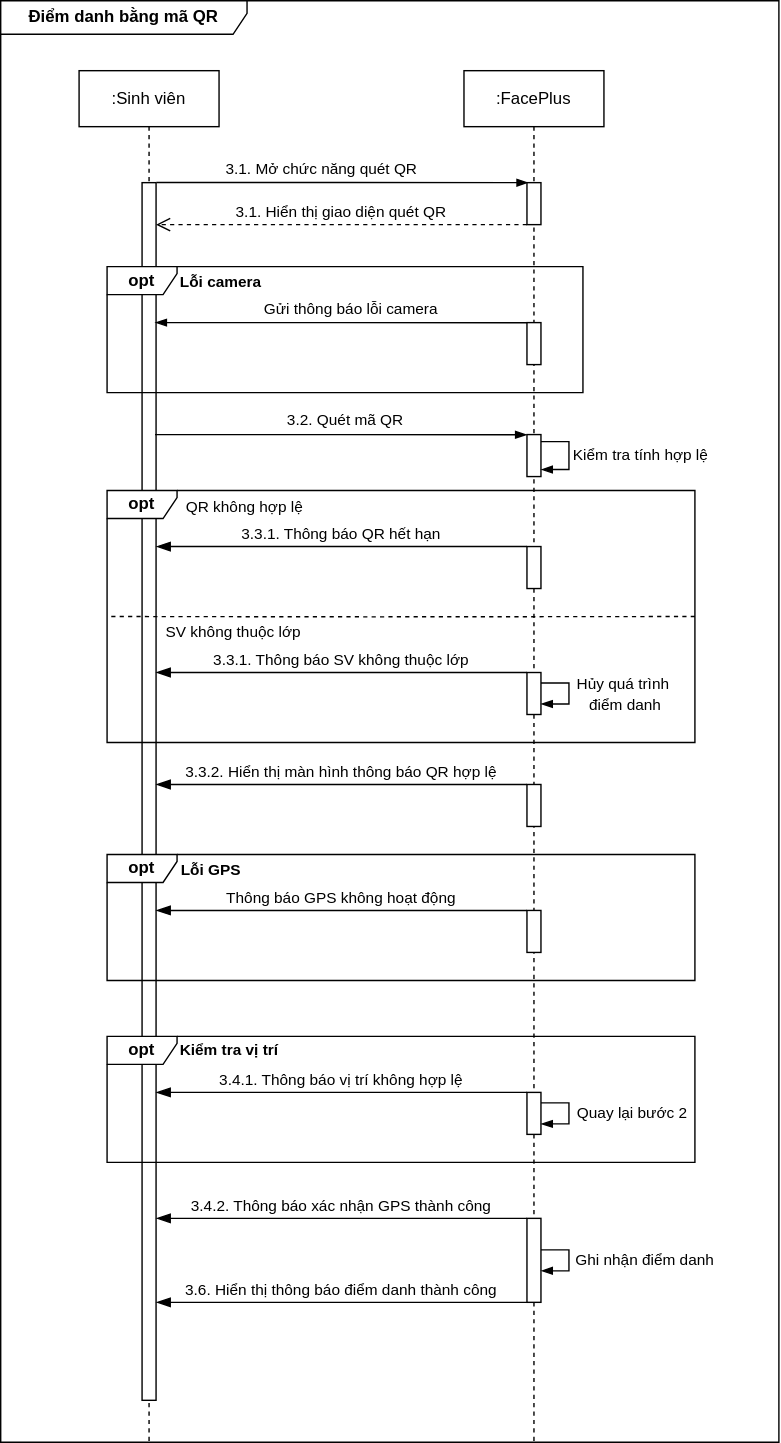
The draw.io diagram Sequence2402_3.drawio.svg in minh071289/AI_system, before a commit. Source tidied: cells renumbered, new cells last; positions are measured from the earlier drawing's top-left corner, leaving out a move shared by most shapes. Source of this version:
```xml
<mxGraphModel>
  <root>
    <mxCell id="0" />
    <mxCell id="1" parent="0" />
    <mxCell id="2" value="&lt;b&gt;Điểm danh bằng mã QR&lt;/b&gt;" style="shape=umlFrame;whiteSpace=wrap;html=1;width=176;height=24;swimlaneFillColor=default;" parent="1" vertex="1">
      <mxGeometry width="556" height="1030" as="geometry" />
    </mxCell>
    <mxCell id="3" value=":Sinh viên" style="shape=umlLifeline;perimeter=lifelinePerimeter;whiteSpace=wrap;html=1;newEdgeStyle={&quot;curved&quot;:0,&quot;rounded&quot;:0};" parent="1" vertex="1">
      <mxGeometry x="56" y="50" width="100" height="980" as="geometry" />
    </mxCell>
    <mxCell id="4" style="html=1;perimeter=orthogonalPerimeter;targetShapes=umlLifeline;newEdgeStyle={&quot;curved&quot;:0,&quot;rounded&quot;:0};" parent="3" vertex="1">
      <mxGeometry x="45" y="80" width="10" height="870" as="geometry" />
    </mxCell>
    <mxCell id="5" value=":FacePlus" style="shape=umlLifeline;perimeter=lifelinePerimeter;whiteSpace=wrap;html=1;newEdgeStyle={&quot;curved&quot;:0,&quot;rounded&quot;:0};" parent="1" vertex="1">
      <mxGeometry x="331" y="50" width="100" height="980" as="geometry" />
    </mxCell>
    <mxCell id="6" style="edgeStyle=elbowEdgeStyle;fontSize=12;html=1;endArrow=blockThin;endFill=1;rounded=0;exitX=0.928;exitY=-0.004;exitDx=0;exitDy=0;exitPerimeter=0;" parent="1" edge="1">
      <mxGeometry relative="1" as="geometry">
        <mxPoint x="111.3" y="129.9" as="sourcePoint" />
        <mxPoint x="377" y="130" as="targetPoint" />
      </mxGeometry>
    </mxCell>
    <mxCell id="7" value="3.1. Mở chức năng quét QR" style="edgeLabel;html=1;align=center;verticalAlign=middle;" parent="6" vertex="1">
      <mxGeometry x="-0.11" relative="1" as="geometry">
        <mxPoint y="-10" as="offset" />
      </mxGeometry>
    </mxCell>
    <mxCell id="8" style="html=1;perimeter=orthogonalPerimeter;targetShapes=umlLifeline;newEdgeStyle={&quot;curved&quot;:0,&quot;rounded&quot;:0};" parent="1" vertex="1">
      <mxGeometry x="376" y="130" width="10" height="30" as="geometry" />
    </mxCell>
    <mxCell id="9" value="3.1. Hiển thị giao diện quét QR" style="html=1;verticalAlign=bottom;endArrow=open;dashed=1;endSize=8;curved=0;rounded=0;" parent="1" edge="1">
      <mxGeometry relative="1" as="geometry">
        <mxPoint x="376" y="160" as="sourcePoint" />
        <mxPoint x="111" y="160" as="targetPoint" />
      </mxGeometry>
    </mxCell>
    <mxCell id="10" value="&lt;b&gt;opt&lt;/b&gt;" style="shape=umlFrame;whiteSpace=wrap;html=1;width=50;height=20;" parent="1" vertex="1">
      <mxGeometry x="76" y="190" width="340" height="90" as="geometry" />
    </mxCell>
    <mxCell id="11" style="html=1;perimeter=orthogonalPerimeter;targetShapes=umlLifeline;newEdgeStyle={&quot;curved&quot;:0,&quot;rounded&quot;:0};" parent="1" vertex="1">
      <mxGeometry x="376" y="230" width="10" height="30" as="geometry" />
    </mxCell>
    <mxCell id="12" style="edgeStyle=elbowEdgeStyle;fontSize=12;html=1;endArrow=none;endFill=1;rounded=0;exitX=0.928;exitY=-0.004;exitDx=0;exitDy=0;exitPerimeter=0;startFill=1;startArrow=blockThin;" parent="1" edge="1">
      <mxGeometry relative="1" as="geometry">
        <mxPoint x="110.3" y="230" as="sourcePoint" />
        <mxPoint x="376" y="230.1" as="targetPoint" />
      </mxGeometry>
    </mxCell>
    <mxCell id="13" value="Gửi thông báo lỗi camera" style="edgeLabel;html=1;align=center;verticalAlign=middle;" parent="12" vertex="1">
      <mxGeometry x="-0.11" relative="1" as="geometry">
        <mxPoint x="22" y="-10" as="offset" />
      </mxGeometry>
    </mxCell>
    <mxCell id="14" style="html=1;points=[[0,0,0,0,5],[0,1,0,0,-5],[1,0,0,0,5],[1,1,0,0,-5]];perimeter=orthogonalPerimeter;outlineConnect=0;targetShapes=umlLifeline;portConstraint=eastwest;newEdgeStyle={&quot;curved&quot;:0,&quot;rounded&quot;:0};" parent="1" vertex="1">
      <mxGeometry x="376" y="310" width="10" height="30" as="geometry" />
    </mxCell>
    <mxCell id="15" style="edgeStyle=elbowEdgeStyle;fontSize=12;html=1;endArrow=blockThin;endFill=1;rounded=0;exitX=0.928;exitY=-0.004;exitDx=0;exitDy=0;exitPerimeter=0;" parent="1" edge="1">
      <mxGeometry relative="1" as="geometry">
        <mxPoint x="110.3" y="310" as="sourcePoint" />
        <mxPoint x="376" y="310.1" as="targetPoint" />
      </mxGeometry>
    </mxCell>
    <mxCell id="16" value="3.2. Quét mã QR" style="edgeLabel;html=1;align=center;verticalAlign=middle;" parent="15" vertex="1">
      <mxGeometry x="-0.11" relative="1" as="geometry">
        <mxPoint x="18" y="-10" as="offset" />
      </mxGeometry>
    </mxCell>
    <mxCell id="17" style="edgeStyle=elbowEdgeStyle;fontSize=12;html=1;endArrow=blockThin;endFill=1;rounded=0;entryX=1;entryY=1;entryDx=0;entryDy=-5;entryPerimeter=0;" parent="1" edge="1" source="14" target="14">
      <mxGeometry relative="1" as="geometry" />
    </mxCell>
    <mxCell id="18" value="&lt;font style=&quot;font-size: 11px;&quot;&gt;Kiểm tra tính hợp lệ&lt;/font&gt;" style="text;html=1;align=center;verticalAlign=middle;strokeColor=none;fillColor=none;" parent="1" vertex="1">
      <mxGeometry x="397" y="310" width="120" height="30" as="geometry" />
    </mxCell>
    <mxCell id="19" value="&lt;b&gt;opt&lt;/b&gt;" style="shape=umlFrame;whiteSpace=wrap;html=1;width=50;height=20;" parent="1" vertex="1">
      <mxGeometry x="76" y="350" width="420" height="180" as="geometry" />
    </mxCell>
    <mxCell id="20" style="html=1;perimeter=orthogonalPerimeter;targetShapes=umlLifeline;newEdgeStyle={&quot;curved&quot;:0,&quot;rounded&quot;:0};" parent="1" vertex="1">
      <mxGeometry x="376" y="390" width="10" height="30" as="geometry" />
    </mxCell>
    <mxCell id="21" value="3.3.1. Thông báo QR hết hạn" style="html=1;verticalAlign=bottom;endArrow=blockThin;endSize=8;curved=0;rounded=0;endFill=1;" parent="1" edge="1">
      <mxGeometry relative="1" as="geometry">
        <mxPoint x="376" y="390" as="sourcePoint" />
        <mxPoint x="111" y="390" as="targetPoint" />
      </mxGeometry>
    </mxCell>
    <mxCell id="22" style="html=1;verticalAlign=bottom;endArrow=none;dashed=1;endSize=8;curved=0;rounded=0;exitX=1;exitY=0.5;exitDx=0;exitDy=0;exitPerimeter=0;startFill=0;" parent="1" edge="1" source="19">
      <mxGeometry relative="1" as="geometry">
        <mxPoint x="76" y="440" as="targetPoint" />
        <Array as="points">
          <mxPoint x="266" y="440.2" />
        </Array>
      </mxGeometry>
    </mxCell>
    <mxCell id="23" style="html=1;perimeter=orthogonalPerimeter;targetShapes=umlLifeline;newEdgeStyle={&quot;curved&quot;:0,&quot;rounded&quot;:0};" parent="1" vertex="1">
      <mxGeometry x="376" y="480" width="10" height="30" as="geometry" />
    </mxCell>
    <mxCell id="24" value="3.3.1. Thông báo SV không thuộc lớp" style="html=1;verticalAlign=bottom;endArrow=blockThin;endSize=8;curved=0;rounded=0;endFill=1;" parent="1" edge="1">
      <mxGeometry relative="1" as="geometry">
        <mxPoint x="376" y="480" as="sourcePoint" />
        <mxPoint x="111" y="480" as="targetPoint" />
      </mxGeometry>
    </mxCell>
    <mxCell id="25" style="edgeStyle=elbowEdgeStyle;fontSize=12;html=1;endArrow=blockThin;endFill=1;rounded=0;entryX=1;entryY=1;entryDx=0;entryDy=-5;entryPerimeter=0;" parent="1" edge="1">
      <mxGeometry relative="1" as="geometry">
        <mxPoint x="386" y="487.5" as="sourcePoint" />
        <mxPoint x="386" y="502.5" as="targetPoint" />
        <Array as="points">
          <mxPoint x="406" y="517.5" />
        </Array>
      </mxGeometry>
    </mxCell>
    <mxCell id="26" value="&lt;font style=&quot;font-size: 11px;&quot;&gt;Hủy quá trình&amp;nbsp;&lt;/font&gt;&lt;div&gt;&lt;font style=&quot;font-size: 11px;&quot;&gt;điểm danh&lt;/font&gt;&lt;/div&gt;" style="text;html=1;align=center;verticalAlign=middle;strokeColor=none;fillColor=none;" parent="1" vertex="1">
      <mxGeometry x="401" y="475" width="90" height="40" as="geometry" />
    </mxCell>
    <mxCell id="27" style="html=1;perimeter=orthogonalPerimeter;targetShapes=umlLifeline;newEdgeStyle={&quot;curved&quot;:0,&quot;rounded&quot;:0};" parent="1" vertex="1">
      <mxGeometry x="376" y="560" width="10" height="30" as="geometry" />
    </mxCell>
    <mxCell id="28" value="3.3.2. Hiển thị màn hình thông báo QR hợp lệ" style="html=1;verticalAlign=bottom;endArrow=blockThin;endSize=8;curved=0;rounded=0;endFill=1;" parent="1" edge="1">
      <mxGeometry relative="1" as="geometry">
        <mxPoint x="376" y="560" as="sourcePoint" />
        <mxPoint x="111" y="560" as="targetPoint" />
      </mxGeometry>
    </mxCell>
    <mxCell id="29" value="&lt;b&gt;opt&lt;/b&gt;" style="shape=umlFrame;whiteSpace=wrap;html=1;width=50;height=20;" parent="1" vertex="1">
      <mxGeometry x="76" y="610" width="420" height="90" as="geometry" />
    </mxCell>
    <mxCell id="30" style="html=1;perimeter=orthogonalPerimeter;targetShapes=umlLifeline;newEdgeStyle={&quot;curved&quot;:0,&quot;rounded&quot;:0};" parent="1" vertex="1">
      <mxGeometry x="376" y="650" width="10" height="30" as="geometry" />
    </mxCell>
    <mxCell id="31" value="Thông báo GPS không hoạt động" style="html=1;verticalAlign=bottom;endArrow=blockThin;endSize=8;curved=0;rounded=0;endFill=1;" parent="1" edge="1">
      <mxGeometry relative="1" as="geometry">
        <mxPoint x="376" y="650" as="sourcePoint" />
        <mxPoint x="111" y="650" as="targetPoint" />
      </mxGeometry>
    </mxCell>
    <mxCell id="32" value="&lt;b&gt;opt&lt;/b&gt;" style="shape=umlFrame;whiteSpace=wrap;html=1;width=50;height=20;" parent="1" vertex="1">
      <mxGeometry x="76" y="740" width="420" height="90" as="geometry" />
    </mxCell>
    <mxCell id="33" style="html=1;perimeter=orthogonalPerimeter;targetShapes=umlLifeline;newEdgeStyle={&quot;curved&quot;:0,&quot;rounded&quot;:0};" parent="1" vertex="1">
      <mxGeometry x="376" y="780" width="10" height="30" as="geometry" />
    </mxCell>
    <mxCell id="34" value="3.4.1. Thông báo vị trí không hợp lệ" style="html=1;verticalAlign=bottom;endArrow=blockThin;endSize=8;curved=0;rounded=0;endFill=1;" parent="1" edge="1">
      <mxGeometry relative="1" as="geometry">
        <mxPoint x="376" y="780" as="sourcePoint" />
        <mxPoint x="111" y="780" as="targetPoint" />
      </mxGeometry>
    </mxCell>
    <mxCell id="35" style="edgeStyle=elbowEdgeStyle;fontSize=12;html=1;endArrow=blockThin;endFill=1;rounded=0;entryX=1;entryY=1;entryDx=0;entryDy=-5;entryPerimeter=0;" parent="1" edge="1">
      <mxGeometry relative="1" as="geometry">
        <mxPoint x="386" y="787.5" as="sourcePoint" />
        <mxPoint x="386" y="802.5" as="targetPoint" />
        <Array as="points">
          <mxPoint x="406" y="817.5" />
        </Array>
      </mxGeometry>
    </mxCell>
    <mxCell id="36" value="&lt;span style=&quot;font-size: 11px;&quot;&gt;Quay lại bước 2&lt;/span&gt;" style="text;html=1;align=center;verticalAlign=middle;strokeColor=none;fillColor=none;" parent="1" vertex="1">
      <mxGeometry x="401" y="780" width="100" height="30" as="geometry" />
    </mxCell>
    <mxCell id="37" style="html=1;perimeter=orthogonalPerimeter;targetShapes=umlLifeline;newEdgeStyle={&quot;curved&quot;:0,&quot;rounded&quot;:0};" parent="1" vertex="1">
      <mxGeometry x="376" y="870" width="10" height="60" as="geometry" />
    </mxCell>
    <mxCell id="38" value="3.4.2. Thông báo xác nhận GPS thành công" style="html=1;verticalAlign=bottom;endArrow=blockThin;endSize=8;curved=0;rounded=0;endFill=1;" parent="1" edge="1">
      <mxGeometry relative="1" as="geometry">
        <mxPoint x="376" y="870" as="sourcePoint" />
        <mxPoint x="111" y="870" as="targetPoint" />
      </mxGeometry>
    </mxCell>
    <mxCell id="39" style="edgeStyle=elbowEdgeStyle;fontSize=12;html=1;endArrow=blockThin;endFill=1;rounded=0;entryX=1;entryY=1;entryDx=0;entryDy=-5;entryPerimeter=0;" parent="1" edge="1">
      <mxGeometry relative="1" as="geometry">
        <mxPoint x="386" y="892.5" as="sourcePoint" />
        <mxPoint x="386" y="907.5" as="targetPoint" />
        <Array as="points">
          <mxPoint x="406" y="922.5" />
        </Array>
      </mxGeometry>
    </mxCell>
    <mxCell id="40" value="&lt;span style=&quot;font-size: 11px;&quot;&gt;Ghi nhận điểm danh&lt;/span&gt;" style="text;html=1;align=center;verticalAlign=middle;strokeColor=none;fillColor=none;" parent="1" vertex="1">
      <mxGeometry x="400" y="885" width="120" height="30" as="geometry" />
    </mxCell>
    <mxCell id="41" value="3.6. Hiển thị thông báo điểm danh thành công" style="html=1;verticalAlign=bottom;endArrow=blockThin;endSize=8;curved=0;rounded=0;endFill=1;" parent="1" edge="1">
      <mxGeometry relative="1" as="geometry">
        <mxPoint x="376" y="930" as="sourcePoint" />
        <mxPoint x="111" y="930" as="targetPoint" />
      </mxGeometry>
    </mxCell>
    <mxCell id="42" value="&lt;font style=&quot;font-size: 11px;&quot;&gt;QR không hợp lệ&lt;/font&gt;" style="text;html=1;align=center;verticalAlign=middle;strokeColor=none;fillColor=none;fontStyle=0;" parent="1" vertex="1">
      <mxGeometry x="119" y="347" width="110" height="30" as="geometry" />
    </mxCell>
    <mxCell id="43" value="&lt;font style=&quot;font-size: 11px;&quot;&gt;Lỗi GPS&lt;/font&gt;" style="text;html=1;align=center;verticalAlign=middle;strokeColor=none;fillColor=none;fontStyle=1;" parent="1" vertex="1">
      <mxGeometry x="120" y="606" width="60" height="30" as="geometry" />
    </mxCell>
    <mxCell id="44" value="&lt;font style=&quot;font-size: 11px;&quot;&gt;Lỗi camera&lt;/font&gt;" style="text;html=1;align=center;verticalAlign=middle;strokeColor=none;fillColor=none;fontStyle=1;" parent="1" vertex="1">
      <mxGeometry x="117" y="186" width="80" height="30" as="geometry" />
    </mxCell>
    <mxCell id="45" value="&lt;font style=&quot;font-size: 11px;&quot;&gt;Kiểm tra vị trí&lt;/font&gt;" style="text;html=1;align=center;verticalAlign=middle;strokeColor=none;fillColor=none;fontStyle=1;" parent="1" vertex="1">
      <mxGeometry x="118" y="735" width="90" height="30" as="geometry" />
    </mxCell>
    <mxCell id="46" value="&lt;span style=&quot;font-size: 11px;&quot;&gt;SV không thuộc lớp&lt;/span&gt;" style="text;html=1;align=center;verticalAlign=middle;strokeColor=none;fillColor=none;fontStyle=0;" parent="1" vertex="1">
      <mxGeometry x="106" y="436" width="120" height="30" as="geometry" />
    </mxCell>
  </root>
</mxGraphModel>
```
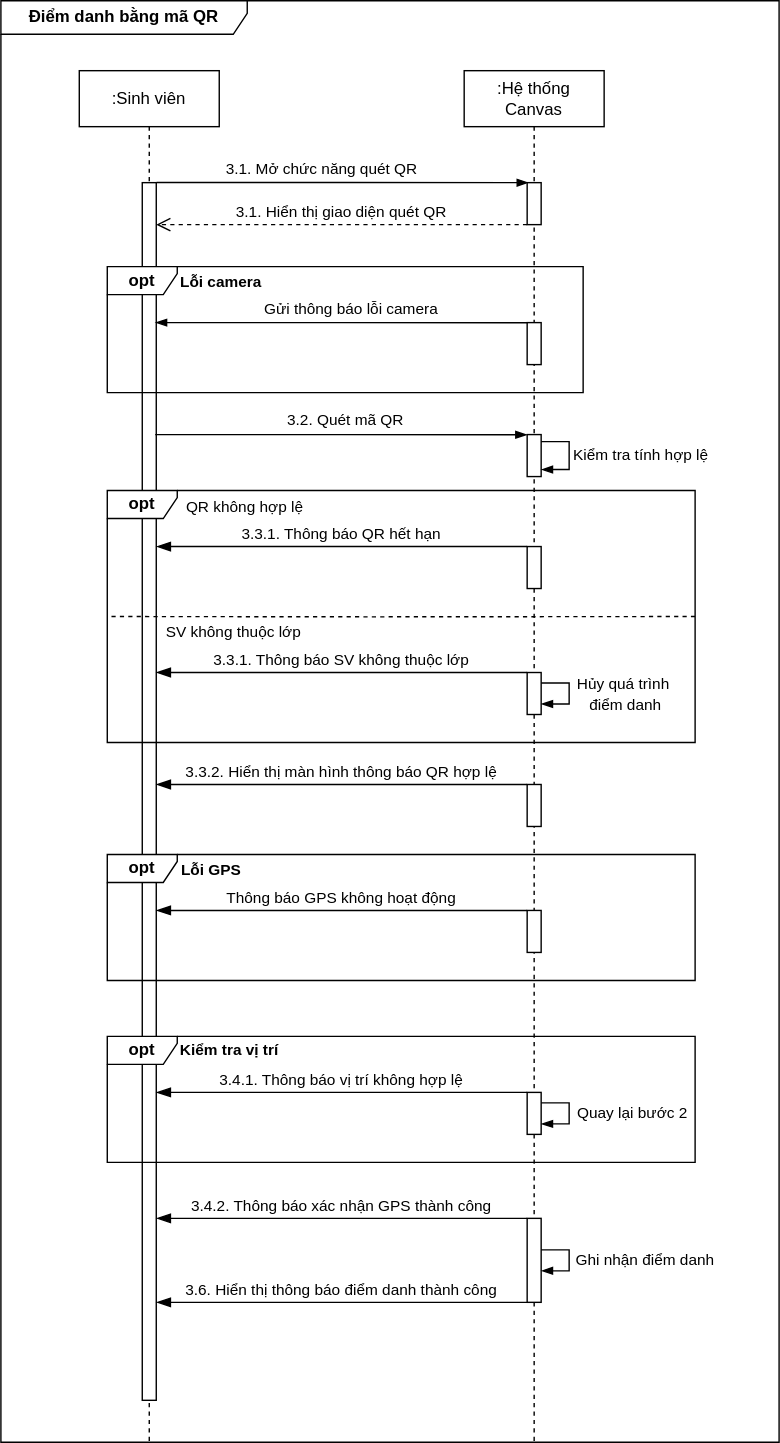
The same diagram one commit later.

Diff of the diagram source:
```diff
@@ -11,7 +11,7 @@
     <mxCell id="4" style="html=1;perimeter=orthogonalPerimeter;targetShapes=umlLifeline;newEdgeStyle={&quot;curved&quot;:0,&quot;rounded&quot;:0};" parent="3" vertex="1">
       <mxGeometry x="45" y="80" width="10" height="870" as="geometry" />
     </mxCell>
-    <mxCell id="5" value=":FacePlus" style="shape=umlLifeline;perimeter=lifelinePerimeter;whiteSpace=wrap;html=1;newEdgeStyle={&quot;curved&quot;:0,&quot;rounded&quot;:0};" parent="1" vertex="1">
+    <mxCell id="5" value=":Hệ thống&lt;div&gt;Canvas&lt;/div&gt;" style="shape=umlLifeline;perimeter=lifelinePerimeter;whiteSpace=wrap;html=1;newEdgeStyle={&quot;curved&quot;:0,&quot;rounded&quot;:0};" parent="1" vertex="1">
       <mxGeometry x="331" y="50" width="100" height="980" as="geometry" />
     </mxCell>
     <mxCell id="6" style="edgeStyle=elbowEdgeStyle;fontSize=12;html=1;endArrow=blockThin;endFill=1;rounded=0;exitX=0.928;exitY=-0.004;exitDx=0;exitDy=0;exitPerimeter=0;" parent="1" edge="1">
```
